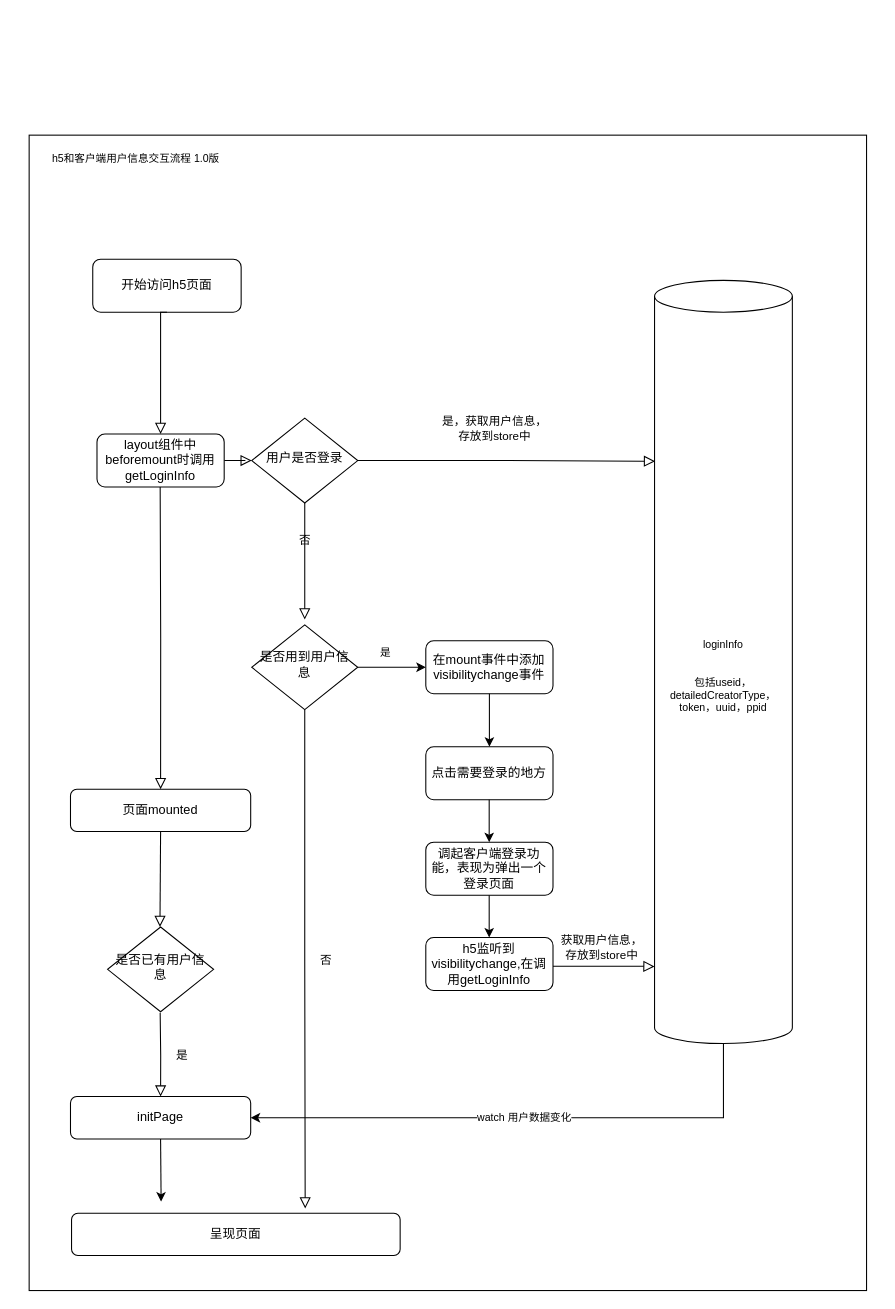
Above: 用户信息获取2.0.drawio in pipu11qiao/online-graph (draw.io), before the change. Source tidied: cells renumbered, new cells numbered last; positions are measured from the earlier drawing's top-left corner, leaving out a move shared by most shapes. Both pictures are drawn from the tidied source at 106%, with x=0, y=0 at pixel (29, 135).
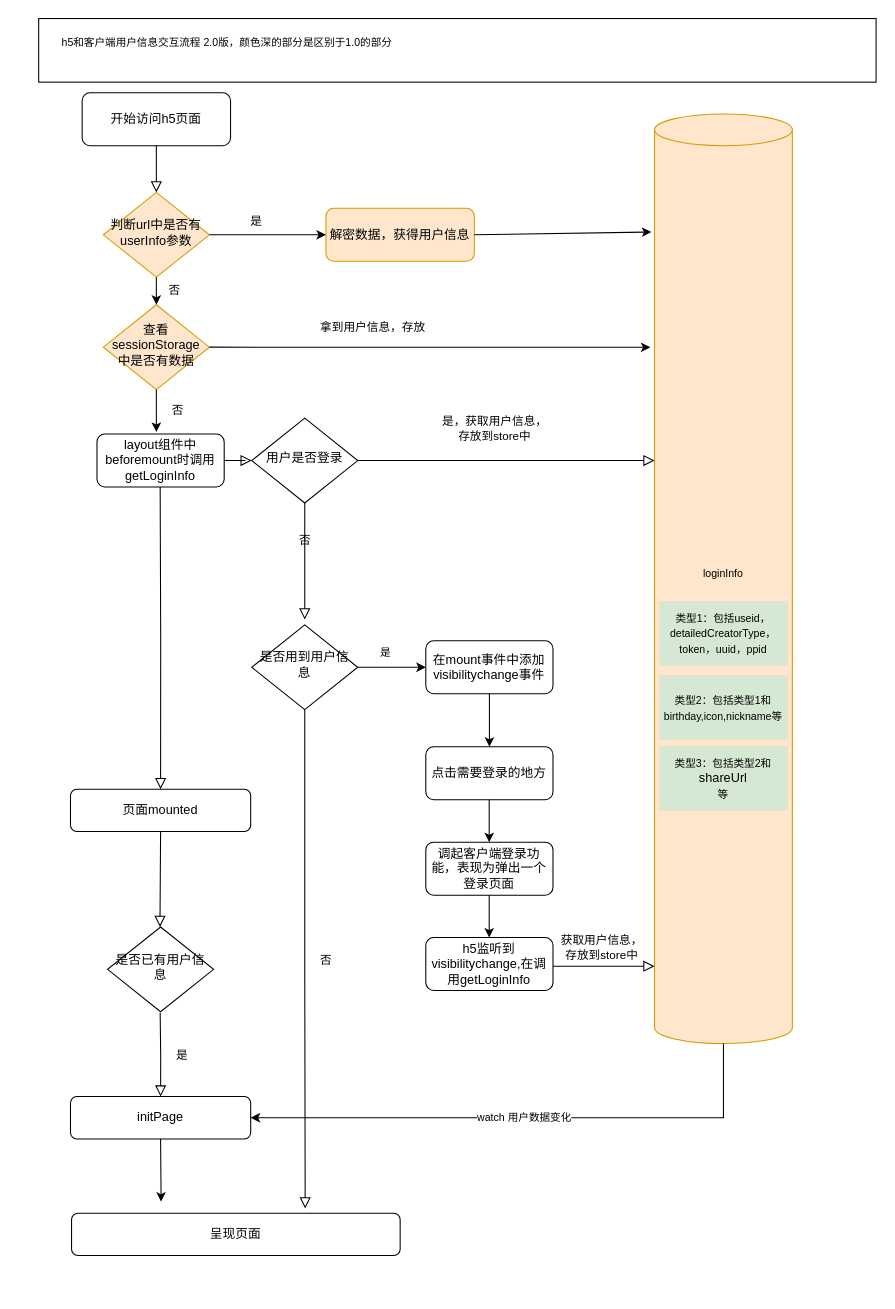
After the change.

Commit message:
更新用户信息获取2.0.drawio

The change refers to these unchanged cells:
```xml
<mxCell id="6" value="用户是否登录" style="rhombus;whiteSpace=wrap;html=1;shadow=0;fontFamily=Helvetica;fontSize=12;align=center;strokeWidth=1;spacing=6;spacingTop=-4;" parent="1" vertex="1">
  <mxGeometry x="210" y="267" width="100" height="80" as="geometry" />
</mxCell>
<mxCell id="10" value="layout组件中beforemount时调用getLoginInfo" style="rounded=1;whiteSpace=wrap;html=1;" parent="1" vertex="1">
  <mxGeometry x="64" y="282" width="120" height="50" as="geometry" />
</mxCell>
```

Diff of the diagram source:
```diff
@@
-    <mxCell id="2" value="h5和客户端用户信息交互流程 1.0版" style="rounded=0;whiteSpace=wrap;html=1;fontSize=10;align=left;verticalAlign=top;spacingTop=10;spacingLeft=20;" parent="1" vertex="1">
-      <mxGeometry width="790" height="1090" as="geometry" />
+    <mxCell id="2" value="h5和客户端用户信息交互流程 2.0版，颜色深的部分是区别于1.0的部分" style="rounded=0;whiteSpace=wrap;html=1;fontSize=10;align=left;verticalAlign=top;spacingTop=10;spacingLeft=20;" parent="1" vertex="1">
+      <mxGeometry x="9" y="-110" width="790" height="60" as="geometry" />
     </mxCell>
@@
-    <mxCell id="5" value="是，获取用户信息，&lt;br&gt;存放到store中" style="edgeStyle=orthogonalEdgeStyle;rounded=0;html=1;jettySize=auto;fontSize=11;endArrow=block;endFill=0;endSize=8;strokeWidth=1;shadow=0;labelBackgroundColor=none;entryX=0.004;entryY=0.237;entryDx=0;entryDy=0;entryPerimeter=0;" parent="1" edge="1" source="6" target="9">
-      <mxGeometry x="-0.08" y="30" relative="1" as="geometry" />
+    <mxCell id="5" value="是，获取用户信息，&lt;br&gt;存放到store中" style="edgeStyle=orthogonalEdgeStyle;rounded=0;html=1;jettySize=auto;fontSize=11;endArrow=block;endFill=0;endSize=8;strokeWidth=1;shadow=0;labelBackgroundColor=none;" parent="1" edge="1" source="6" target="9">
+      <mxGeometry x="-0.08" y="30" relative="1" as="geometry">
+        <Array as="points">
+          <mxPoint x="520" y="307" />
+          <mxPoint x="520" y="307" />
+        </Array>
+      </mxGeometry>
     </mxCell>
@@
     <mxCell id="8" value="开始访问h5页面" style="rounded=1;whiteSpace=wrap;html=1;" parent="1" vertex="1">
-      <mxGeometry x="60" y="117" width="140" height="50" as="geometry" />
+      <mxGeometry x="50" y="-40" width="140" height="50" as="geometry" />
     </mxCell>
-    <mxCell id="9" value="loginInfo&#10;&#10;&#10;包括useid，detailedCreatorType，token，uuid，ppid" style="shape=cylinder3;boundedLbl=1;backgroundOutline=1;size=15;whiteSpace=wrap;fontSize=10;" parent="1" vertex="1">
-      <mxGeometry x="590" y="137" width="130" height="720" as="geometry" />
+    <mxCell id="9" value="loginInfo&#10;&#10;&#10;" style="shape=cylinder3;boundedLbl=1;backgroundOutline=1;size=15;whiteSpace=wrap;fontSize=10;fillColor=#ffe6cc;strokeColor=#d79b00;" parent="1" vertex="1">
+      <mxGeometry x="590" y="-20" width="130" height="877" as="geometry" />
     </mxCell>
@@
-    <mxCell id="11" style="rounded=0;html=1;jettySize=auto;fontSize=11;endArrow=block;endFill=0;endSize=8;strokeWidth=1;shadow=0;labelBackgroundColor=none;edgeStyle=orthogonalEdgeStyle;entryX=0.5;entryY=0;entryDx=0;entryDy=0;exitX=0.5;exitY=1;exitDx=0;exitDy=0;" parent="1" edge="1" source="8" target="10">
-      <mxGeometry relative="1" as="geometry">
-        <Array as="points">
-          <mxPoint x="124" y="167" />
-        </Array>
-      </mxGeometry>
+    <mxCell id="11" style="rounded=0;html=1;jettySize=auto;fontSize=11;endArrow=block;endFill=0;endSize=8;strokeWidth=1;shadow=0;labelBackgroundColor=none;edgeStyle=orthogonalEdgeStyle;exitX=0.5;exitY=1;exitDx=0;exitDy=0;entryX=0.5;entryY=0;entryDx=0;entryDy=0;" parent="1" edge="1" source="8" target="34">
+      <mxGeometry relative="1" as="geometry" />
     </mxCell>
@@
-    <mxCell id="18" value="获取用户信息，&lt;br&gt;存放到store中" style="edgeStyle=orthogonalEdgeStyle;rounded=0;html=1;jettySize=auto;fontSize=11;endArrow=block;endFill=0;endSize=8;strokeWidth=1;shadow=0;labelBackgroundColor=none;spacing=7;entryX=0;entryY=0.899;entryDx=0;entryDy=0;entryPerimeter=0;" parent="1" edge="1" target="9">
+    <mxCell id="18" value="获取用户信息，&lt;br&gt;存放到store中" style="edgeStyle=orthogonalEdgeStyle;rounded=0;html=1;jettySize=auto;fontSize=11;endArrow=block;endFill=0;endSize=8;strokeWidth=1;shadow=0;labelBackgroundColor=none;spacing=7;" parent="1" edge="1" target="9">
       <mxGeometry x="-0.04" y="17" relative="1" as="geometry">
         <mxPoint x="494.2" y="784" as="sourcePoint" />
         <Array as="points">
           <mxPoint x="570" y="784" />
+          <mxPoint x="570" y="784" />
         </Array>
       </mxGeometry>
     </mxCell>
@@
+    <mxCell id="32" style="rounded=0;whiteSpace=wrap;html=1;fontSize=10;align=left;verticalAlign=top;spacingTop=10;spacingLeft=20;strokeColor=none;" parent="1" vertex="1">
+      <mxGeometry x="-10" y="1070" width="790" height="10" as="geometry" />
+    </mxCell>
+    <mxCell id="33" value="解密数据，获得用户信息" style="rounded=1;whiteSpace=wrap;html=1;fillColor=#ffe6cc;strokeColor=#d79b00;" parent="1" vertex="1">
+      <mxGeometry x="280" y="69" width="140" height="50" as="geometry" />
+    </mxCell>
+    <mxCell id="34" value="判断url中是否有userInfo参数" style="rhombus;whiteSpace=wrap;html=1;shadow=0;fontFamily=Helvetica;fontSize=12;align=center;strokeWidth=1;spacing=6;spacingTop=-4;fillColor=#ffe6cc;strokeColor=#d79b00;" parent="1" vertex="1">
+      <mxGeometry x="70" y="54" width="100" height="80" as="geometry" />
+    </mxCell>
+    <mxCell id="35" style="endArrow=classic;html=1;rounded=0;exitX=1;exitY=0.5;exitDx=0;exitDy=0;entryX=0;entryY=0.5;entryDx=0;entryDy=0;" parent="1" edge="1" source="34" target="33">
+      <mxGeometry relative="1" as="geometry" />
+    </mxCell>
+    <mxCell id="36" value="是" style="edgeLabel;html=1;align=center;verticalAlign=middle;" parent="35" vertex="1">
+      <mxGeometry x="-0.22" y="-1" relative="1" as="geometry">
+        <mxPoint y="-15" as="offset" />
+      </mxGeometry>
+    </mxCell>
+    <mxCell id="37" style="endArrow=classic;html=1;rounded=0;exitX=1;exitY=0.5;exitDx=0;exitDy=0;entryX=-0.023;entryY=0.127;entryDx=0;entryDy=0;entryPerimeter=0;" parent="1" edge="1" source="33" target="9">
+      <mxGeometry relative="1" as="geometry" />
+    </mxCell>
+    <mxCell id="38" value="查看sessionStorage中是否有数据" style="rhombus;whiteSpace=wrap;html=1;shadow=0;fontFamily=Helvetica;fontSize=12;align=center;strokeWidth=1;spacing=6;spacingTop=-4;fillColor=#ffe6cc;strokeColor=#d79b00;" parent="1" vertex="1">
+      <mxGeometry x="70" y="160" width="100" height="80" as="geometry" />
+    </mxCell>
+    <mxCell id="39" style="endArrow=classic;html=1;rounded=0;exitX=0.5;exitY=1;exitDx=0;exitDy=0;" parent="1" edge="1" source="34" target="38">
+      <mxGeometry relative="1" as="geometry" />
+    </mxCell>
+    <mxCell id="40" value="否" style="edgeLabel;html=1;align=center;verticalAlign=middle;" parent="39" vertex="1">
+      <mxGeometry x="-0.15" y="-1" relative="1" as="geometry">
+        <mxPoint x="17" as="offset" />
+      </mxGeometry>
+    </mxCell>
+    <mxCell id="41" style="endArrow=classic;html=1;rounded=0;exitX=1;exitY=0.5;exitDx=0;exitDy=0;entryX=-0.03;entryY=0.251;entryDx=0;entryDy=0;entryPerimeter=0;" parent="1" edge="1" source="38" target="9">
+      <mxGeometry relative="1" as="geometry" />
+    </mxCell>
+    <mxCell id="42" value="拿到用户信息，存放" style="edgeLabel;html=1;align=center;verticalAlign=middle;" parent="41" vertex="1">
+      <mxGeometry x="-0.26" y="-1" relative="1" as="geometry">
+        <mxPoint y="-21" as="offset" />
+      </mxGeometry>
+    </mxCell>
+    <mxCell id="43" value="否" style="endArrow=classic;html=1;rounded=0;exitX=0.5;exitY=1;exitDx=0;exitDy=0;" parent="1" edge="1" source="38">
+      <mxGeometry y="20" relative="1" as="geometry">
+        <mxPoint x="120" y="280" as="targetPoint" />
+      </mxGeometry>
+    </mxCell>
+    <mxCell id="44" value="&lt;span style=&quot;color: rgb(0, 0, 0); font-size: 10px;&quot;&gt;类型1：包括useid，detailedCreatorType，token，uuid，ppid&lt;/span&gt;" style="whiteSpace=wrap;html=1;strokeColor=#82b366;fillColor=#d5e8d4;strokeWidth=0;" parent="1" vertex="1">
+      <mxGeometry x="595" y="440" width="120" height="60" as="geometry" />
+    </mxCell>
+    <mxCell id="45" value="&lt;span style=&quot;color: rgb(0, 0, 0); font-size: 10px;&quot;&gt;类型2：包括类型1和birthday,icon,nickname等&lt;/span&gt;" style="whiteSpace=wrap;html=1;strokeColor=#82b366;fillColor=#d5e8d4;strokeWidth=0;" parent="1" vertex="1">
+      <mxGeometry x="595" y="510" width="120" height="60" as="geometry" />
+    </mxCell>
+    <mxCell id="46" value="&lt;span style=&quot;font-size: 10px;&quot;&gt;类型3：包括类型2和&lt;/span&gt;&lt;span style=&quot;background-color: initial;&quot;&gt;shareUrl&lt;/span&gt;&lt;div data-okr=&quot;%7B%22okrDelta%22%3A%5B%7B%22lineType%22%3A%22text%22%2C%22lineOptions%22%3A%7B%7D%2C%22lineContent%22%3A%5B%7B%22opType%22%3A%22text%22%2C%22options%22%3A%7B%22text%22%3A%22shareUrl%22%7D%7D%5D%7D%5D%2C%22businessKey%22%3A%22lark-doc%22%7D&quot; class=&quot;okr-block-clipboard&quot;&gt;&lt;/div&gt;&lt;span style=&quot;font-size: 10px;&quot;&gt;等&lt;/span&gt;" style="whiteSpace=wrap;html=1;strokeColor=#82b366;fillColor=#d5e8d4;strokeWidth=0;" parent="1" vertex="1">
+      <mxGeometry x="595" y="577" width="120" height="60" as="geometry" />
+    </mxCell>
```
